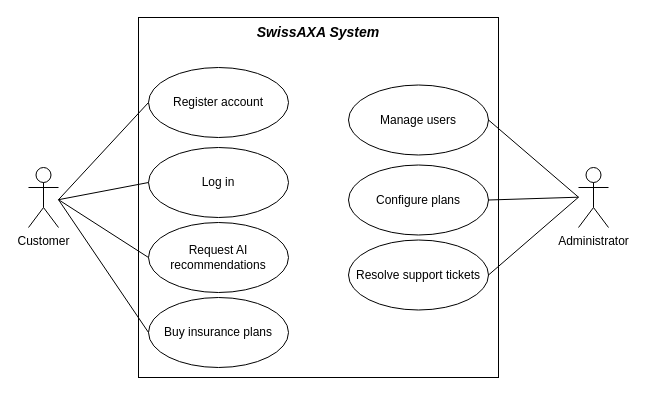
Earlier version of the draw.io diagram Project - Agile Software Engineering Diagram 3.drawio (Matasem-h/SimpleFlowcharts). Source tidied: cells renumbered, new cells numbered last; positions are measured from the earlier drawing's top-left corner, leaving out a move shared by most shapes. Both pictures are drawn from the tidied source at 100%, with x=0, y=0 at pixel (28, 17).
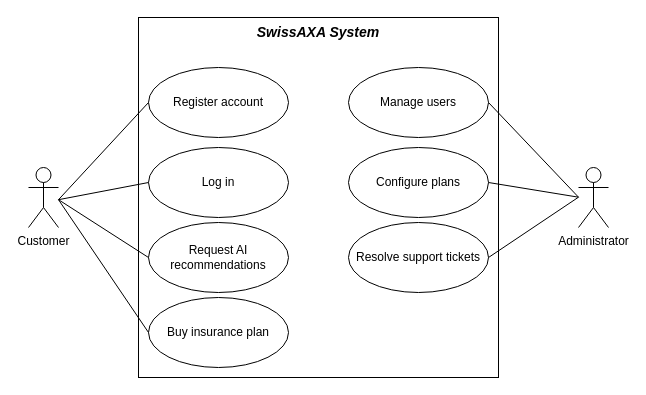
The same page after the edit.

The edit, as a diff of the source:
```diff
@@
     <mxCell id="6" value="Manage users" style="ellipse;whiteSpace=wrap;html=1;" parent="1" vertex="1">
-      <mxGeometry x="320" y="67.5" width="140" height="70" as="geometry" />
+      <mxGeometry x="320" y="50" width="140" height="70" as="geometry" />
     </mxCell>
@@
     <mxCell id="8" value="Configure plans" style="ellipse;whiteSpace=wrap;html=1;" parent="1" vertex="1">
-      <mxGeometry x="320" y="147.5" width="140" height="70" as="geometry" />
+      <mxGeometry x="320" y="130" width="140" height="70" as="geometry" />
     </mxCell>
@@
     <mxCell id="10" value="Resolve support tickets" style="ellipse;whiteSpace=wrap;html=1;" parent="1" vertex="1">
-      <mxGeometry x="320" y="222.5" width="140" height="70" as="geometry" />
+      <mxGeometry x="320" y="205" width="140" height="70" as="geometry" />
     </mxCell>
-    <mxCell id="11" value="Buy insurance plans" style="ellipse;whiteSpace=wrap;html=1;" parent="1" vertex="1">
+    <mxCell id="11" value="Buy insurance plan" style="ellipse;whiteSpace=wrap;html=1;" parent="1" vertex="1">
       <mxGeometry x="120" y="280" width="140" height="70" as="geometry" />
     </mxCell>
```
